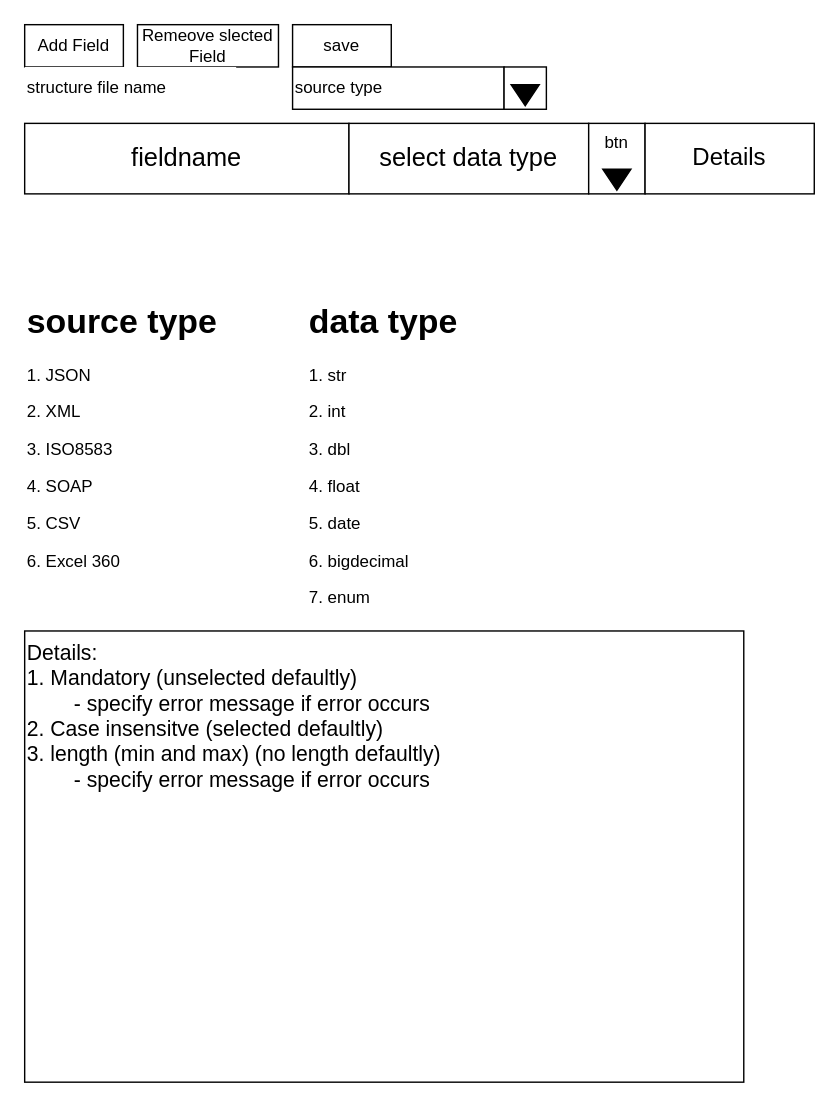
Above: page "structure_page" (3 of 3) of sgimtt.drawio in mohamadjaelani/notes (draw.io), before the change. Source tidied: cells renumbered, new cells numbered last; positions are measured from the earlier drawing's top-left corner, leaving out a move shared by most shapes. Both pictures are drawn from the tidied source at 141%, with x=0, y=0 at pixel (24, 24).
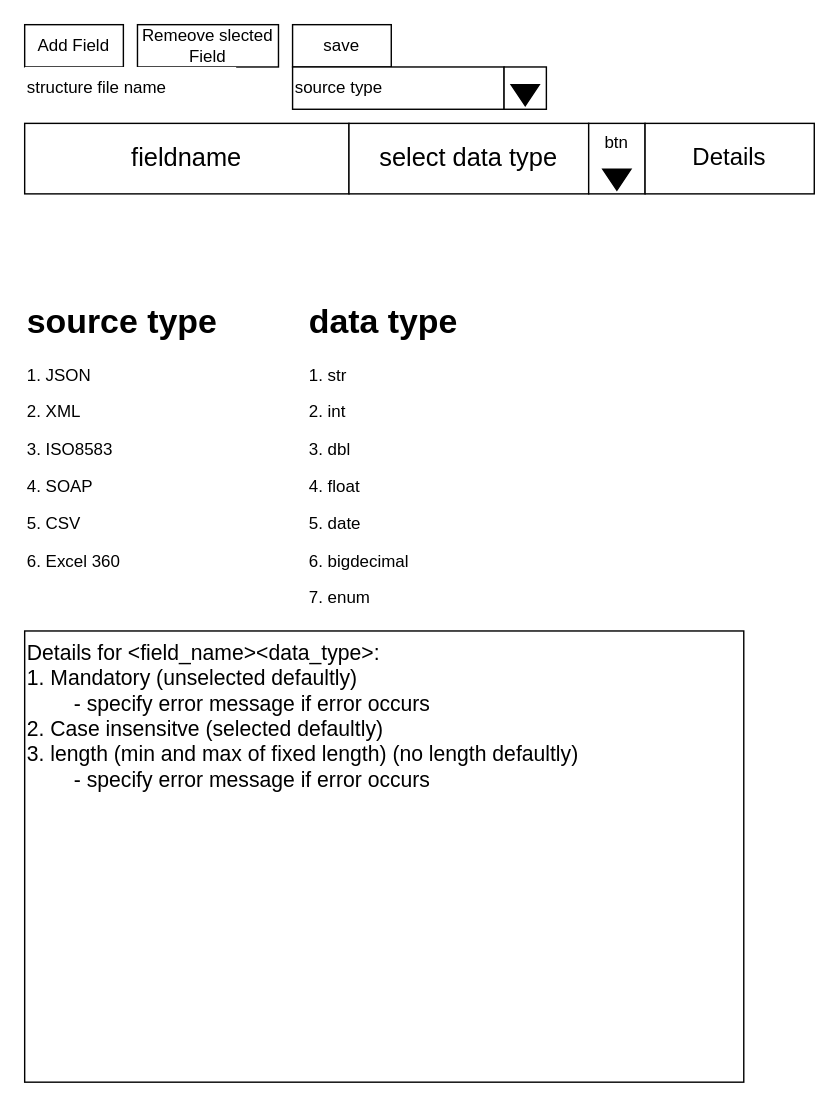
The same diagram, later.

Change to the diagram source:
```diff
@@
 <mxGraphModel>
   <root>
     <mxCell id="0" />
     <mxCell id="1" parent="0" />
     <mxCell id="2" value="Add Field" style="rounded=0;whiteSpace=wrap;html=1;" parent="1" vertex="1">
       <mxGeometry width="70" height="30" as="geometry" />
     </mxCell>
     <mxCell id="3" value="Remeove slected Field" style="rounded=0;whiteSpace=wrap;html=1;" parent="1" vertex="1">
       <mxGeometry x="80" width="100" height="30" as="geometry" />
     </mxCell>
     <mxCell id="4" value="save" style="rounded=0;whiteSpace=wrap;html=1;" parent="1" vertex="1">
       <mxGeometry x="190" width="70" height="30" as="geometry" />
     </mxCell>
     <mxCell id="5" value="structure file name" style="rounded=0;whiteSpace=wrap;html=1;strokeColor=none;align=left;" parent="1" vertex="1">
       <mxGeometry y="30" width="150" height="30" as="geometry" />
     </mxCell>
     <mxCell id="6" style="group;" parent="1" vertex="1">
       <mxGeometry y="70" width="440" height="50" as="geometry" />
     </mxCell>
     <mxCell id="7" value="fieldname" style="rounded=0;whiteSpace=wrap;html=1;fontSize=18;" parent="6" vertex="1">
       <mxGeometry width="230" height="50" as="geometry" />
     </mxCell>
     <mxCell id="8" value="select data type" style="rounded=0;whiteSpace=wrap;html=1;fontSize=18;" parent="6" vertex="1">
       <mxGeometry x="230" width="170" height="50" as="geometry" />
     </mxCell>
     <mxCell id="9" value="btn" style="rounded=0;whiteSpace=wrap;html=1;verticalAlign=top;" parent="6" vertex="1">
       <mxGeometry x="400" width="40" height="50" as="geometry" />
     </mxCell>
     <mxCell id="10" style="triangle;whiteSpace=wrap;html=1;rotation=90;fillColor=#000000;" parent="6" vertex="1">
       <mxGeometry x="412.5" y="30" width="15" height="20" as="geometry" />
     </mxCell>
     <mxCell id="11" value="source type" style="rounded=0;whiteSpace=wrap;html=1;strokeColor=default;align=left;" parent="1" vertex="1">
       <mxGeometry x="190" y="30" width="150" height="30" as="geometry" />
     </mxCell>
     <mxCell id="12" style="rounded=0;whiteSpace=wrap;html=1;strokeColor=default;align=left;" parent="1" vertex="1">
       <mxGeometry x="340" y="30" width="30" height="30" as="geometry" />
     </mxCell>
     <mxCell id="13" style="triangle;whiteSpace=wrap;html=1;rotation=90;fillColor=#000000;" parent="1" vertex="1">
       <mxGeometry x="347.5" y="40" width="15" height="20" as="geometry" />
     </mxCell>
     <mxCell id="14" value="&lt;h1 style=&quot;margin-top: 0px;&quot;&gt;source type&lt;/h1&gt;&lt;p&gt;1. JSON&lt;/p&gt;&lt;p&gt;2. XML&lt;/p&gt;&lt;p&gt;3. ISO8583&lt;/p&gt;&lt;p&gt;4. SOAP&lt;/p&gt;&lt;p&gt;5. CSV&lt;/p&gt;&lt;p&gt;6. Excel 360&lt;/p&gt;" style="text;html=1;whiteSpace=wrap;overflow=hidden;rounded=0;" parent="1" vertex="1">
       <mxGeometry y="190" width="260" height="210" as="geometry" />
     </mxCell>
     <mxCell id="15" value="&lt;h1 style=&quot;margin-top: 0px;&quot;&gt;data type&lt;/h1&gt;&lt;p&gt;1. str&lt;/p&gt;&lt;p&gt;2. int&lt;/p&gt;&lt;p&gt;3. dbl&lt;/p&gt;&lt;p&gt;4. float&lt;/p&gt;&lt;p&gt;5. date&lt;/p&gt;&lt;p&gt;6. bigdecimal&lt;/p&gt;&lt;p&gt;7. enum&lt;/p&gt;" style="text;html=1;whiteSpace=wrap;overflow=hidden;rounded=0;" parent="1" vertex="1">
       <mxGeometry x="200" y="190" width="260" height="230" as="geometry" />
     </mxCell>
     <mxCell id="16" value="Details" style="rounded=0;whiteSpace=wrap;html=1;fontSize=17;" parent="1" vertex="1">
       <mxGeometry x="440" y="70" width="120" height="50" as="geometry" />
     </mxCell>
-    <mxCell id="17" value="Details:&lt;div&gt;1. Mandatory (unselected defaultly)&lt;/div&gt;&lt;div&gt;&lt;span style=&quot;white-space: pre;&quot;&gt;&#9;&lt;/span&gt;- specify error message if error occurs&lt;br&gt;&lt;/div&gt;&lt;div&gt;2. Case insensitve (selected defaultly)&lt;/div&gt;&lt;div&gt;3. length (min and max) (no length defaultly)&lt;/div&gt;&lt;div&gt;&lt;span style=&quot;white-space: pre;&quot;&gt;&#9;&lt;/span&gt;- specify error message if error occurs&lt;br&gt;&lt;/div&gt;&lt;div&gt;&lt;br&gt;&lt;/div&gt;&lt;div&gt;&lt;br&gt;&lt;/div&gt;" style="rounded=0;whiteSpace=wrap;html=1;align=left;verticalAlign=top;fontSize=15;" parent="1" vertex="1">
+    <mxCell id="17" value="Details for &amp;lt;field_name&amp;gt;&amp;lt;data_type&amp;gt;:&lt;div&gt;1. Mandatory (unselected defaultly)&lt;/div&gt;&lt;div&gt;&lt;span style=&quot;white-space: pre;&quot;&gt;&#9;&lt;/span&gt;- specify error message if error occurs&lt;br&gt;&lt;/div&gt;&lt;div&gt;2. Case insensitve (selected defaultly)&lt;/div&gt;&lt;div&gt;3. length (min and max of fixed length) (no length defaultly)&lt;/div&gt;&lt;div&gt;&lt;span style=&quot;white-space: pre;&quot;&gt;&#9;&lt;/span&gt;- specify error message if error occurs&lt;br&gt;&lt;/div&gt;&lt;div&gt;&lt;br&gt;&lt;/div&gt;&lt;div&gt;&lt;br&gt;&lt;/div&gt;" style="rounded=0;whiteSpace=wrap;html=1;align=left;verticalAlign=top;fontSize=15;" parent="1" vertex="1">
       <mxGeometry y="430" width="510" height="320" as="geometry" />
     </mxCell>
   </root>
 </mxGraphModel>
```
